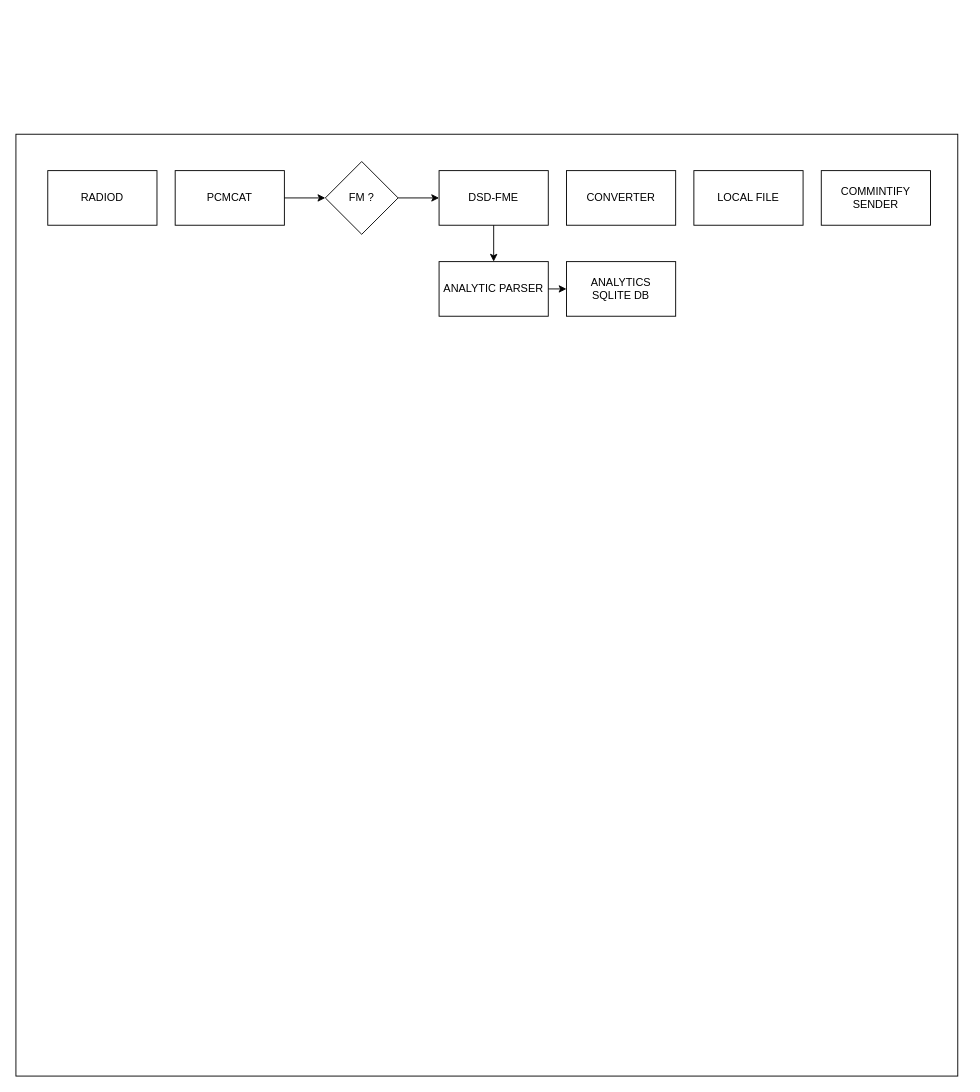
Above: Untitled Diagram.drawio in sandric/diagrams (draw.io), before the change. Source tidied: cells renumbered, new cells numbered last; positions are measured from the earlier drawing's top-left corner, leaving out a move shared by most shapes. Both pictures are drawn from the tidied source at 91%, with x=0, y=0 at pixel (15, 134).
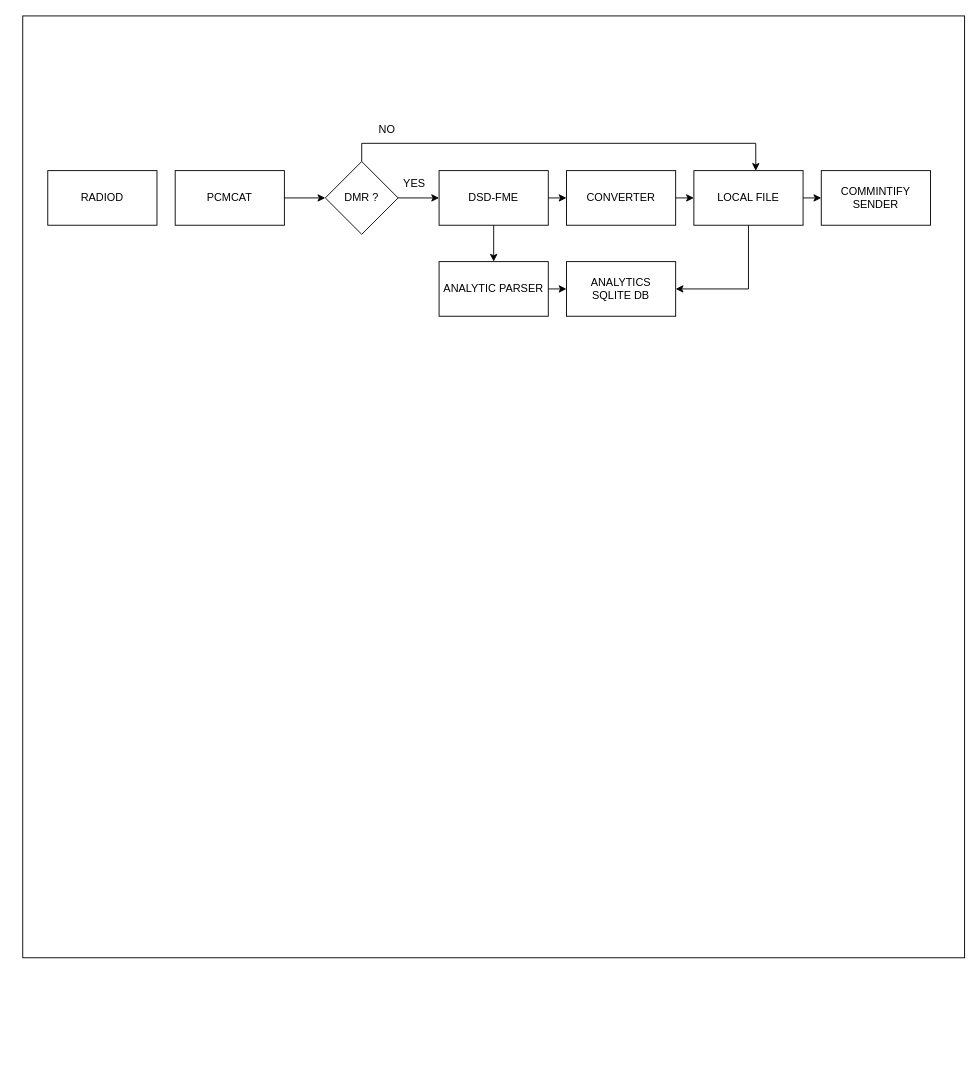
The same page after the edit.

Unchanged cells that the change refers to:
```xml
<mxCell id="5" value="&lt;div&gt;DSD-FME&lt;/div&gt;" style="rounded=0;whiteSpace=wrap;html=1;" parent="1" vertex="1">
  <mxGeometry x="465" y="40" width="120" height="60" as="geometry" />
</mxCell>
<mxCell id="6" value="CONVERTER" style="rounded=0;whiteSpace=wrap;html=1;" parent="1" vertex="1">
  <mxGeometry x="605" y="40" width="120" height="60" as="geometry" />
</mxCell>
<mxCell id="7" value="&lt;div&gt;COMMINTIFY SENDER&lt;/div&gt;" style="rounded=0;whiteSpace=wrap;html=1;" parent="1" vertex="1">
  <mxGeometry x="885" y="40" width="120" height="60" as="geometry" />
</mxCell>
<mxCell id="11" value="&lt;div&gt;ANALYTICS&lt;br&gt;SQLITE DB&lt;/div&gt;" style="rounded=0;whiteSpace=wrap;html=1;" parent="1" vertex="1">
  <mxGeometry x="605" y="140" width="120" height="60" as="geometry" />
</mxCell>
<mxCell id="13" value="&lt;div&gt;LOCAL FILE&lt;/div&gt;" style="rounded=0;whiteSpace=wrap;html=1;" parent="1" vertex="1">
  <mxGeometry x="745" y="40" width="120" height="60" as="geometry" />
</mxCell>
```

Change to the diagram source:
```diff
@@
     <mxCell id="2" style="whiteSpace=wrap;html=1;" parent="1" vertex="1">
-      <mxGeometry width="1035" height="1035" as="geometry" />
+      <mxGeometry x="7.5" y="-130" width="1035" height="1035" as="geometry" />
     </mxCell>
@@
-    <mxCell id="8" value="FM ?" style="rhombus;whiteSpace=wrap;html=1;" parent="1" vertex="1">
+    <mxCell id="8" value="DMR ?" style="rhombus;whiteSpace=wrap;html=1;" parent="1" vertex="1">
       <mxGeometry x="340" y="30" width="80" height="80" as="geometry" />
     </mxCell>
@@
+    <mxCell id="16" style="edgeStyle=orthogonalEdgeStyle;rounded=0;jettySize=auto;html=1;exitX=0.5;exitY=1;exitDx=0;exitDy=0;entryX=1;entryY=0.5;entryDx=0;entryDy=0;" parent="1" edge="1" source="13" target="11">
+      <mxGeometry relative="1" as="geometry" />
+    </mxCell>
@@
+    <mxCell id="17" style="endArrow=classic;html=1;rounded=0;exitX=1;exitY=0.5;exitDx=0;exitDy=0;entryX=0;entryY=0.5;entryDx=0;entryDy=0;" parent="1" edge="1" source="5" target="6">
+      <mxGeometry relative="1" as="geometry" />
+    </mxCell>
+    <mxCell id="18" style="endArrow=classic;html=1;rounded=0;exitX=1;exitY=0.5;exitDx=0;exitDy=0;entryX=0;entryY=0.5;entryDx=0;entryDy=0;" parent="1" edge="1" source="6" target="13">
+      <mxGeometry relative="1" as="geometry" />
+    </mxCell>
+    <mxCell id="19" style="endArrow=classic;html=1;rounded=0;exitX=1;exitY=0.5;exitDx=0;exitDy=0;" parent="1" edge="1" source="13" target="7">
+      <mxGeometry relative="1" as="geometry" />
+    </mxCell>
+    <mxCell id="20" style="edgeStyle=orthogonalEdgeStyle;rounded=0;jettySize=auto;html=1;exitX=0.5;exitY=0;exitDx=0;exitDy=0;entryX=0.567;entryY=0.003;entryDx=0;entryDy=0;entryPerimeter=0;" parent="1" edge="1" source="8" target="13">
+      <mxGeometry relative="1" as="geometry" />
+    </mxCell>
+    <mxCell id="21" value="&lt;div&gt;NO&lt;/div&gt;" style="text;html=1;align=center;verticalAlign=middle;whiteSpace=wrap;rounded=0;" parent="1" vertex="1">
+      <mxGeometry x="377.5" y="-20" width="60" height="30" as="geometry" />
+    </mxCell>
+    <mxCell id="22" value="&lt;div&gt;YES&lt;/div&gt;" style="text;html=1;align=center;verticalAlign=middle;whiteSpace=wrap;rounded=0;" parent="1" vertex="1">
+      <mxGeometry x="407.5" y="40" width="60" height="30" as="geometry" />
+    </mxCell>
```
